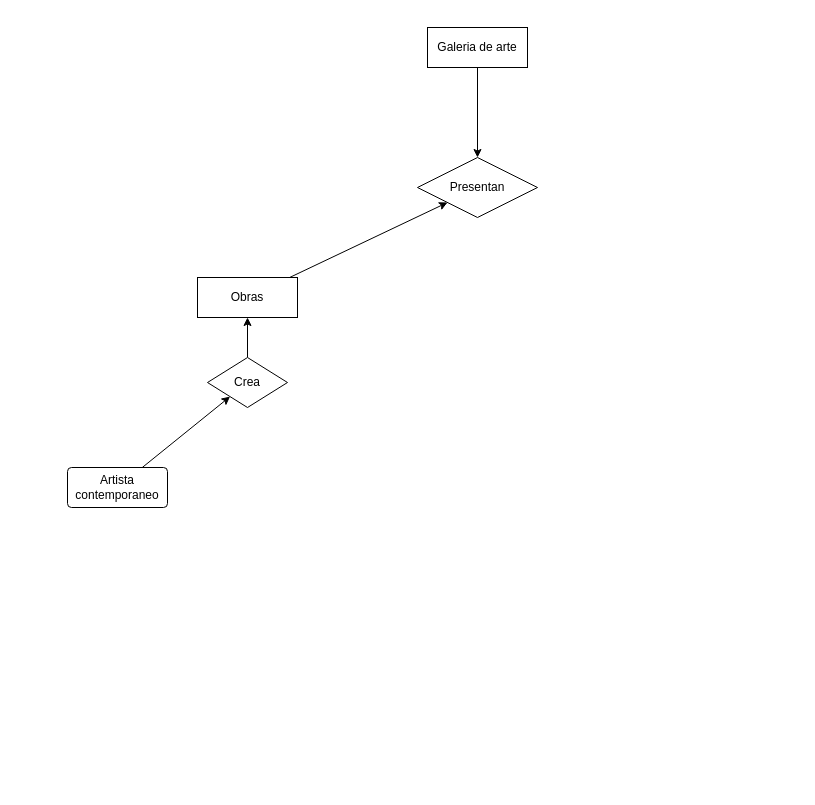
Above: page "Page-2" (2 of 2) of Galeria.drawio in cmarnrodrguez/galeria_de_arte (draw.io), before the change. Source tidied: cells renumbered, new cells numbered last; positions are measured from the earlier drawing's top-left corner, leaving out a move shared by most shapes. Both pictures are drawn from the tidied source at 100%, with x=0, y=0 at pixel (67, 27).
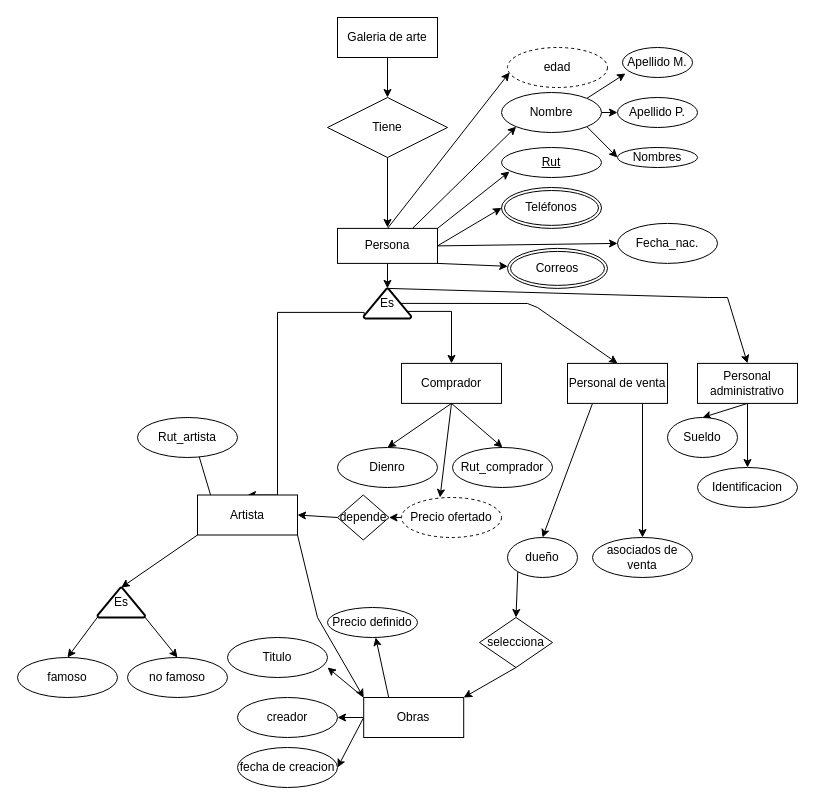
Above is the later version.

What changed in the source:
```diff
@@
     <mxCell id="3" value="Galeria de arte" style="whiteSpace=wrap;html=1;align=center;" parent="1" vertex="1">
-      <mxGeometry x="360" width="100" height="40" as="geometry" />
+      <mxGeometry x="270" y="-10" width="100" height="40" as="geometry" />
     </mxCell>
+    <mxCell id="11" style="edgeStyle=none;rounded=0;jettySize=auto;html=1;exitX=0.5;exitY=1;exitDx=0;exitDy=0;" parent="1" edge="1" source="4">
+      <mxGeometry relative="1" as="geometry">
+        <mxPoint x="320" y="200" as="targetPoint" />
+      </mxGeometry>
+    </mxCell>
-    <mxCell id="4" value="Presentan" style="shape=rhombus;perimeter=rhombusPerimeter;whiteSpace=wrap;html=1;align=center;" parent="1" vertex="1">
-      <mxGeometry x="350" y="130" width="120" height="60" as="geometry" />
+    <mxCell id="4" value="Tiene" style="shape=rhombus;perimeter=rhombusPerimeter;whiteSpace=wrap;html=1;align=center;" parent="1" vertex="1">
+      <mxGeometry x="260" y="70" width="120" height="60" as="geometry" />
     </mxCell>
-    <mxCell id="5" style="edgeStyle=none;rounded=0;jettySize=auto;html=1;entryX=0;entryY=1;entryDx=0;entryDy=0;" parent="1" edge="1" source="6" target="4">
-      <mxGeometry relative="1" as="geometry" />
-    </mxCell>
+    <mxCell id="12" style="edgeStyle=none;rounded=0;jettySize=auto;html=1;exitX=0;exitY=0.5;exitDx=0;exitDy=0;entryX=1;entryY=0.5;entryDx=0;entryDy=0;" parent="1" edge="1" source="6" target="18">
+      <mxGeometry relative="1" as="geometry" />
+    </mxCell>
+    <mxCell id="13" style="edgeStyle=none;rounded=0;jettySize=auto;html=1;exitX=0.25;exitY=0;exitDx=0;exitDy=0;" parent="1" edge="1" source="6" target="53">
+      <mxGeometry relative="1" as="geometry" />
+    </mxCell>
+    <mxCell id="14" style="edgeStyle=none;rounded=0;jettySize=auto;html=1;exitX=0;exitY=0;exitDx=0;exitDy=0;entryX=1;entryY=0.75;entryDx=0;entryDy=0;entryPerimeter=0;" parent="1" edge="1" source="6" target="16">
+      <mxGeometry relative="1" as="geometry" />
+    </mxCell>
+    <mxCell id="15" style="edgeStyle=none;rounded=0;jettySize=auto;html=1;exitX=0;exitY=0.5;exitDx=0;exitDy=0;entryX=1;entryY=0.5;entryDx=0;entryDy=0;" parent="1" edge="1" source="6" target="17">
+      <mxGeometry relative="1" as="geometry" />
+    </mxCell>
     <mxCell id="6" value="Obras" style="whiteSpace=wrap;html=1;align=center;" parent="1" vertex="1">
-      <mxGeometry x="130" y="250" width="100" height="40" as="geometry" />
+      <mxGeometry x="296.2" y="670" width="100" height="40" as="geometry" />
     </mxCell>
-    <mxCell id="7" style="edgeStyle=none;rounded=0;jettySize=auto;html=1;" parent="1" edge="1" source="8" target="10">
-      <mxGeometry relative="1" as="geometry" />
-    </mxCell>
-    <mxCell id="8" value="Artista contemporaneo" style="rounded=1;arcSize=10;whiteSpace=wrap;html=1;align=center;" parent="1" vertex="1">
-      <mxGeometry y="440" width="100" height="40" as="geometry" />
-    </mxCell>
-    <mxCell id="9" style="edgeStyle=none;rounded=0;jettySize=auto;html=1;entryX=0.5;entryY=1;entryDx=0;entryDy=0;" parent="1" edge="1" source="10" target="6">
-      <mxGeometry relative="1" as="geometry" />
-    </mxCell>
-    <mxCell id="10" value="Crea" style="shape=rhombus;perimeter=rhombusPerimeter;whiteSpace=wrap;html=1;align=center;" parent="1" vertex="1">
-      <mxGeometry x="140" y="330" width="80" height="50" as="geometry" />
-    </mxCell>
+    <mxCell id="16" value="Titulo" style="ellipse;whiteSpace=wrap;html=1;" parent="1" vertex="1">
+      <mxGeometry x="160" y="610" width="100" height="40" as="geometry" />
+    </mxCell>
+    <mxCell id="17" value="creador" style="ellipse;whiteSpace=wrap;html=1;" parent="1" vertex="1">
+      <mxGeometry x="170" y="670" width="100" height="40" as="geometry" />
+    </mxCell>
+    <mxCell id="18" value="fecha de creacion" style="ellipse;whiteSpace=wrap;html=1;" parent="1" vertex="1">
+      <mxGeometry x="170" y="720" width="100" height="40" as="geometry" />
+    </mxCell>
+    <mxCell id="19" style="edgeStyle=orthogonalEdgeStyle;rounded=0;jettySize=auto;html=1;entryX=0.5;entryY=0;entryDx=0;entryDy=0;entryPerimeter=0;" parent="1" edge="1" source="26" target="34">
+      <mxGeometry relative="1" as="geometry" />
+    </mxCell>
+    <mxCell id="20" style="edgeStyle=none;rounded=0;jettySize=auto;html=1;exitX=1;exitY=0;exitDx=0;exitDy=0;entryX=0.08;entryY=0.8;entryDx=0;entryDy=0;entryPerimeter=0;" parent="1" edge="1" source="26" target="27">
+      <mxGeometry relative="1" as="geometry" />
+    </mxCell>
+    <mxCell id="21" style="edgeStyle=none;rounded=0;jettySize=auto;html=1;exitX=1;exitY=0.5;exitDx=0;exitDy=0;entryX=0;entryY=0.5;entryDx=0;entryDy=0;" parent="1" edge="1" source="26" target="29">
+      <mxGeometry relative="1" as="geometry" />
+    </mxCell>
+    <mxCell id="22" style="edgeStyle=none;rounded=0;jettySize=auto;html=1;exitX=1;exitY=1;exitDx=0;exitDy=0;" parent="1" edge="1" source="26" target="28">
+      <mxGeometry relative="1" as="geometry" />
+    </mxCell>
+    <mxCell id="23" style="edgeStyle=none;rounded=0;jettySize=auto;html=1;exitX=0.75;exitY=0;exitDx=0;exitDy=0;entryX=0;entryY=1;entryDx=0;entryDy=0;" parent="1" edge="1" source="26" target="46">
+      <mxGeometry relative="1" as="geometry" />
+    </mxCell>
+    <mxCell id="24" style="edgeStyle=none;rounded=0;jettySize=auto;html=1;exitX=1;exitY=0.5;exitDx=0;exitDy=0;entryX=0;entryY=0.5;entryDx=0;entryDy=0;" parent="1" edge="1" source="26" target="59">
+      <mxGeometry relative="1" as="geometry" />
+    </mxCell>
+    <mxCell id="25" style="edgeStyle=none;rounded=0;jettySize=auto;html=1;exitX=0.5;exitY=0;exitDx=0;exitDy=0;entryX=0.02;entryY=0.75;entryDx=0;entryDy=0;entryPerimeter=0;" parent="1" edge="1" source="26">
+      <mxGeometry relative="1" as="geometry">
+        <mxPoint x="442" y="45" as="targetPoint" />
+      </mxGeometry>
+    </mxCell>
+    <mxCell id="26" value="Persona" style="whiteSpace=wrap;html=1;align=center;" parent="1" vertex="1">
+      <mxGeometry x="270" y="200.9" width="100" height="35" as="geometry" />
+    </mxCell>
+    <mxCell id="27" value="Rut" style="ellipse;whiteSpace=wrap;html=1;align=center;fontStyle=4;" parent="1" vertex="1">
+      <mxGeometry x="434" y="120" width="100" height="30" as="geometry" />
+    </mxCell>
+    <mxCell id="28" value="Correos" style="ellipse;shape=doubleEllipse;margin=3;whiteSpace=wrap;html=1;align=center;" parent="1" vertex="1">
+      <mxGeometry x="440" y="220.9" width="100" height="40" as="geometry" />
+    </mxCell>
+    <mxCell id="29" value="Teléfonos" style="ellipse;shape=doubleEllipse;margin=3;whiteSpace=wrap;html=1;align=center;" parent="1" vertex="1">
+      <mxGeometry x="434" y="160" width="100" height="40.9" as="geometry" />
+    </mxCell>
+    <mxCell id="30" style="edgeStyle=orthogonalEdgeStyle;rounded=0;jettySize=auto;html=1;exitX=0.01;exitY=0.97;exitDx=0;exitDy=0;exitPerimeter=0;entryX=0.5;entryY=0;entryDx=0;entryDy=0;" parent="1" edge="1" source="34" target="38">
+      <mxGeometry relative="1" as="geometry">
+        <Array as="points">
+          <mxPoint x="210" y="284.9" />
+        </Array>
+      </mxGeometry>
+    </mxCell>
+    <mxCell id="31" style="edgeStyle=none;rounded=0;jettySize=auto;html=1;entryX=0.5;entryY=0;entryDx=0;entryDy=0;exitX=0.921;exitY=0.767;exitDx=0;exitDy=0;exitPerimeter=0;" parent="1" edge="1" source="34" target="42">
+      <mxGeometry relative="1" as="geometry">
+        <Array as="points">
+          <mxPoint x="384" y="283.9" />
+        </Array>
+      </mxGeometry>
+    </mxCell>
+    <mxCell id="32" style="edgeStyle=none;rounded=0;jettySize=auto;html=1;exitX=0.78;exitY=0.5;exitDx=0;exitDy=0;exitPerimeter=0;entryX=0.5;entryY=0;entryDx=0;entryDy=0;" parent="1" edge="1" source="34" target="52">
+      <mxGeometry relative="1" as="geometry">
+        <Array as="points">
+          <mxPoint x="460" y="276" />
+          <mxPoint x="470" y="280" />
+        </Array>
+      </mxGeometry>
+    </mxCell>
+    <mxCell id="33" style="edgeStyle=none;rounded=0;jettySize=auto;html=1;exitX=0.5;exitY=0;exitDx=0;exitDy=0;exitPerimeter=0;entryX=0.5;entryY=0;entryDx=0;entryDy=0;" parent="1" edge="1" source="34" target="56">
+      <mxGeometry relative="1" as="geometry">
+        <Array as="points">
+          <mxPoint x="640" y="270" />
+          <mxPoint x="660" y="270" />
+        </Array>
+      </mxGeometry>
+    </mxCell>
+    <mxCell id="34" value="Es" style="strokeWidth=2;html=1;shape=mxgraph.flowchart.extract_or_measurement;whiteSpace=wrap;" parent="1" vertex="1">
+      <mxGeometry x="296.2" y="260.9" width="47.5" height="30" as="geometry" />
+    </mxCell>
+    <mxCell id="35" style="edgeStyle=none;rounded=0;jettySize=auto;html=1;exitX=0.25;exitY=1;exitDx=0;exitDy=0;entryX=0.5;entryY=0;entryDx=0;entryDy=0;" parent="1" edge="1" source="38" target="62">
+      <mxGeometry relative="1" as="geometry" />
+    </mxCell>
+    <mxCell id="36" style="edgeStyle=none;rounded=0;jettySize=auto;html=1;exitX=0;exitY=1;exitDx=0;exitDy=0;entryX=0.5;entryY=0;entryDx=0;entryDy=0;entryPerimeter=0;" parent="1" edge="1" source="38" target="72">
+      <mxGeometry relative="1" as="geometry" />
+    </mxCell>
+    <mxCell id="37" style="edgeStyle=none;rounded=0;jettySize=auto;html=1;exitX=1;exitY=1;exitDx=0;exitDy=0;entryX=0;entryY=0;entryDx=0;entryDy=0;" parent="1" edge="1" source="38" target="6">
+      <mxGeometry relative="1" as="geometry">
+        <Array as="points">
+          <mxPoint x="250" y="590" />
+        </Array>
+      </mxGeometry>
+    </mxCell>
+    <mxCell id="38" value="Artista" style="whiteSpace=wrap;html=1;align=center;" parent="1" vertex="1">
+      <mxGeometry x="130" y="467.5" width="100" height="40" as="geometry" />
+    </mxCell>
+    <mxCell id="39" style="edgeStyle=none;rounded=0;jettySize=auto;html=1;exitX=0.5;exitY=1;exitDx=0;exitDy=0;entryX=0.5;entryY=0;entryDx=0;entryDy=0;" parent="1" edge="1" source="42" target="57">
+      <mxGeometry relative="1" as="geometry" />
+    </mxCell>
+    <mxCell id="40" style="edgeStyle=none;rounded=0;jettySize=auto;html=1;exitX=0.5;exitY=1;exitDx=0;exitDy=0;entryX=0.5;entryY=0;entryDx=0;entryDy=0;" parent="1" edge="1" source="42" target="58">
+      <mxGeometry relative="1" as="geometry" />
+    </mxCell>
+    <mxCell id="41" style="edgeStyle=none;rounded=0;jettySize=auto;html=1;exitX=0.5;exitY=1;exitDx=0;exitDy=0;" parent="1" edge="1" source="42">
+      <mxGeometry relative="1" as="geometry">
+        <mxPoint x="372.5" y="470" as="targetPoint" />
+      </mxGeometry>
+    </mxCell>
+    <mxCell id="42" value="Comprador" style="whiteSpace=wrap;html=1;align=center;" parent="1" vertex="1">
+      <mxGeometry x="334" y="335.9" width="100" height="40" as="geometry" />
+    </mxCell>
+    <mxCell id="43" style="edgeStyle=none;rounded=0;jettySize=auto;html=1;exitX=1;exitY=0;exitDx=0;exitDy=0;entryX=0.043;entryY=0.867;entryDx=0;entryDy=0;entryPerimeter=0;" parent="1" edge="1" source="46" target="49">
+      <mxGeometry relative="1" as="geometry" />
+    </mxCell>
+    <mxCell id="44" style="edgeStyle=none;rounded=0;jettySize=auto;html=1;exitX=1;exitY=1;exitDx=0;exitDy=0;entryX=0;entryY=0.5;entryDx=0;entryDy=0;" parent="1" edge="1" source="46" target="47">
+      <mxGeometry relative="1" as="geometry" />
+    </mxCell>
+    <mxCell id="45" style="edgeStyle=none;rounded=0;jettySize=auto;html=1;exitX=1;exitY=0.5;exitDx=0;exitDy=0;entryX=0;entryY=0.5;entryDx=0;entryDy=0;" parent="1" edge="1" source="46" target="48">
+      <mxGeometry relative="1" as="geometry" />
+    </mxCell>
+    <mxCell id="46" value="Nombre" style="ellipse;whiteSpace=wrap;html=1;align=center;" parent="1" vertex="1">
+      <mxGeometry x="434" y="65" width="100" height="40" as="geometry" />
+    </mxCell>
+    <mxCell id="47" value="Nombres" style="ellipse;whiteSpace=wrap;html=1;align=center;" parent="1" vertex="1">
+      <mxGeometry x="550" y="120" width="80" height="20" as="geometry" />
+    </mxCell>
+    <mxCell id="48" value="Apellido P." style="ellipse;whiteSpace=wrap;html=1;align=center;" parent="1" vertex="1">
+      <mxGeometry x="550" y="70" width="80" height="30" as="geometry" />
+    </mxCell>
+    <mxCell id="49" value="Apellido M." style="ellipse;whiteSpace=wrap;html=1;align=center;" parent="1" vertex="1">
+      <mxGeometry x="555" y="20" width="70" height="30" as="geometry" />
+    </mxCell>
+    <mxCell id="50" style="edgeStyle=none;rounded=0;jettySize=auto;html=1;exitX=0.25;exitY=1;exitDx=0;exitDy=0;entryX=0.5;entryY=0;entryDx=0;entryDy=0;" parent="1" edge="1" source="52" target="64">
+      <mxGeometry relative="1" as="geometry" />
+    </mxCell>
+    <mxCell id="51" style="edgeStyle=none;rounded=0;jettySize=auto;html=1;exitX=0.75;exitY=1;exitDx=0;exitDy=0;entryX=0.5;entryY=0;entryDx=0;entryDy=0;" parent="1" edge="1" source="52" target="65">
+      <mxGeometry relative="1" as="geometry" />
+    </mxCell>
+    <mxCell id="52" value="Personal de venta" style="whiteSpace=wrap;html=1;align=center;" parent="1" vertex="1">
+      <mxGeometry x="500" y="335.9" width="100" height="40" as="geometry" />
+    </mxCell>
+    <mxCell id="53" value="Precio definido" style="ellipse;whiteSpace=wrap;html=1;" parent="1" vertex="1">
+      <mxGeometry x="260" y="580" width="90" height="30" as="geometry" />
+    </mxCell>
+    <mxCell id="54" style="edgeStyle=none;rounded=0;jettySize=auto;html=1;exitX=0.5;exitY=1;exitDx=0;exitDy=0;entryX=0.5;entryY=0;entryDx=0;entryDy=0;" parent="1" edge="1" source="56" target="66">
+      <mxGeometry relative="1" as="geometry" />
+    </mxCell>
+    <mxCell id="55" style="edgeStyle=none;rounded=0;jettySize=auto;html=1;exitX=0.5;exitY=1;exitDx=0;exitDy=0;entryX=0.5;entryY=0;entryDx=0;entryDy=0;" parent="1" edge="1" source="56" target="67">
+      <mxGeometry relative="1" as="geometry" />
+    </mxCell>
+    <mxCell id="56" value="Personal administrativo" style="whiteSpace=wrap;html=1;align=center;" parent="1" vertex="1">
+      <mxGeometry x="630" y="335.9" width="100" height="40" as="geometry" />
+    </mxCell>
+    <mxCell id="57" value="Dienro" style="ellipse;whiteSpace=wrap;html=1;align=center;" parent="1" vertex="1">
+      <mxGeometry x="270" y="420" width="100" height="40" as="geometry" />
+    </mxCell>
+    <mxCell id="58" value="Rut_comprador" style="ellipse;whiteSpace=wrap;html=1;align=center;" parent="1" vertex="1">
+      <mxGeometry x="385" y="420" width="100" height="40" as="geometry" />
+    </mxCell>
+    <mxCell id="59" value="Fecha_nac." style="ellipse;whiteSpace=wrap;html=1;align=center;" parent="1" vertex="1">
+      <mxGeometry x="550" y="195.9" width="100" height="40" as="geometry" />
+    </mxCell>
+    <mxCell id="60" style="edgeStyle=none;rounded=0;orthogonalLoop=1;jettySize=auto;html=1;entryX=0;entryY=0.5;entryDx=0;entryDy=0;" parent="1" edge="1">
+      <mxGeometry relative="1" as="geometry">
+        <mxPoint x="440" y="35" as="sourcePoint" />
+        <mxPoint x="440" y="35" as="targetPoint" />
+      </mxGeometry>
+    </mxCell>
+    <mxCell id="61" value="edad" style="ellipse;whiteSpace=wrap;html=1;align=center;dashed=1;" parent="1" vertex="1">
+      <mxGeometry x="440" y="20" width="100" height="40" as="geometry" />
+    </mxCell>
+    <mxCell id="62" value="Rut_artista" style="ellipse;whiteSpace=wrap;html=1;align=center;" parent="1" vertex="1">
+      <mxGeometry x="70" y="390" width="100" height="40" as="geometry" />
+    </mxCell>
+    <mxCell id="63" style="edgeStyle=none;rounded=0;jettySize=auto;html=1;exitX=0;exitY=1;exitDx=0;exitDy=0;entryX=0.5;entryY=0;entryDx=0;entryDy=0;" parent="1" edge="1" source="64" target="76">
+      <mxGeometry relative="1" as="geometry" />
+    </mxCell>
+    <mxCell id="64" value="dueño" style="ellipse;whiteSpace=wrap;html=1;align=center;" parent="1" vertex="1">
+      <mxGeometry x="440" y="510" width="70" height="40" as="geometry" />
+    </mxCell>
+    <mxCell id="65" value="asociados de venta" style="ellipse;whiteSpace=wrap;html=1;align=center;" parent="1" vertex="1">
+      <mxGeometry x="525" y="510" width="100" height="40" as="geometry" />
+    </mxCell>
+    <mxCell id="66" value="Sueldo" style="ellipse;whiteSpace=wrap;html=1;align=center;" parent="1" vertex="1">
+      <mxGeometry x="600" y="390" width="70" height="40" as="geometry" />
+    </mxCell>
+    <mxCell id="67" value="Identificacion" style="ellipse;whiteSpace=wrap;html=1;align=center;" parent="1" vertex="1">
+      <mxGeometry x="630" y="440" width="100" height="40" as="geometry" />
+    </mxCell>
+    <mxCell id="68" style="edgeStyle=none;rounded=0;jettySize=auto;html=1;exitX=0;exitY=0.5;exitDx=0;exitDy=0;entryX=1;entryY=0.5;entryDx=0;entryDy=0;" parent="1" edge="1" source="69" target="79">
+      <mxGeometry relative="1" as="geometry" />
+    </mxCell>
+    <mxCell id="69" value="Precio ofertado" style="ellipse;whiteSpace=wrap;html=1;align=center;dashed=1;" parent="1" vertex="1">
+      <mxGeometry x="334" y="470" width="100" height="40" as="geometry" />
+    </mxCell>
+    <mxCell id="70" style="edgeStyle=none;rounded=0;jettySize=auto;html=1;exitX=0.01;exitY=0.97;exitDx=0;exitDy=0;exitPerimeter=0;entryX=0.5;entryY=0;entryDx=0;entryDy=0;" parent="1" edge="1" source="72" target="73">
+      <mxGeometry relative="1" as="geometry" />
+    </mxCell>
+    <mxCell id="71" style="edgeStyle=none;rounded=0;jettySize=auto;html=1;exitX=0.99;exitY=0.97;exitDx=0;exitDy=0;exitPerimeter=0;entryX=0.5;entryY=0;entryDx=0;entryDy=0;" parent="1" edge="1" source="72" target="74">
+      <mxGeometry relative="1" as="geometry" />
+    </mxCell>
+    <mxCell id="72" value="Es" style="strokeWidth=2;html=1;shape=mxgraph.flowchart.extract_or_measurement;whiteSpace=wrap;" parent="1" vertex="1">
+      <mxGeometry x="30" y="560" width="47.5" height="30" as="geometry" />
+    </mxCell>
+    <mxCell id="73" value="famoso" style="ellipse;whiteSpace=wrap;html=1;" parent="1" vertex="1">
+      <mxGeometry x="-50" y="630" width="100" height="40" as="geometry" />
+    </mxCell>
+    <mxCell id="74" value="no famoso" style="ellipse;whiteSpace=wrap;html=1;" parent="1" vertex="1">
+      <mxGeometry x="60" y="630" width="100" height="40" as="geometry" />
+    </mxCell>
+    <mxCell id="75" style="edgeStyle=none;rounded=0;jettySize=auto;html=1;exitX=0.5;exitY=1;exitDx=0;exitDy=0;entryX=1;entryY=0;entryDx=0;entryDy=0;" parent="1" edge="1" source="76" target="6">
+      <mxGeometry relative="1" as="geometry" />
+    </mxCell>
+    <mxCell id="76" value="selecciona" style="shape=rhombus;perimeter=rhombusPerimeter;whiteSpace=wrap;html=1;align=center;" parent="1" vertex="1">
+      <mxGeometry x="412" y="590" width="73" height="50" as="geometry" />
+    </mxCell>
+    <mxCell id="77" style="edgeStyle=none;rounded=0;orthogonalLoop=1;jettySize=auto;html=1;exitX=0.5;exitY=1;exitDx=0;exitDy=0;" parent="1" edge="1" source="16" target="16">
+      <mxGeometry relative="1" as="geometry" />
+    </mxCell>
+    <mxCell id="78" style="edgeStyle=none;rounded=0;jettySize=auto;html=1;exitX=0;exitY=0.5;exitDx=0;exitDy=0;entryX=1;entryY=0.5;entryDx=0;entryDy=0;" parent="1" edge="1" source="79" target="38">
+      <mxGeometry relative="1" as="geometry" />
+    </mxCell>
+    <mxCell id="79" value="depende" style="shape=rhombus;perimeter=rhombusPerimeter;whiteSpace=wrap;html=1;align=center;" parent="1" vertex="1">
+      <mxGeometry x="270" y="467.5" width="51.5" height="45" as="geometry" />
+    </mxCell>
```
